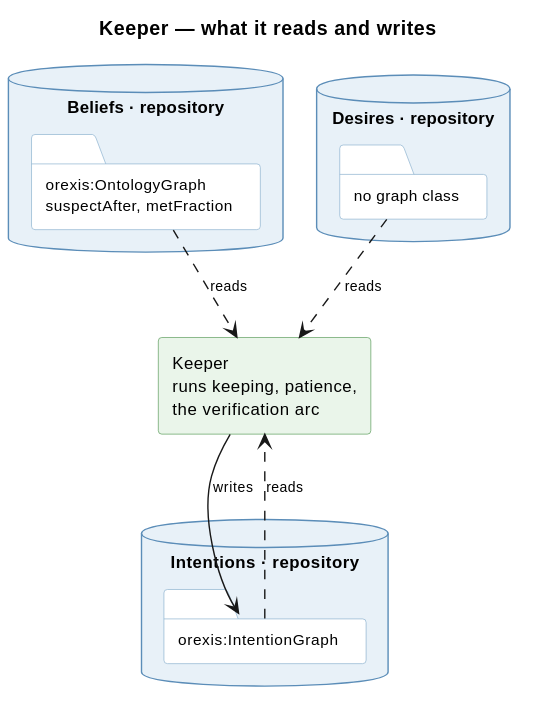
ShishkinDmitriy/orexis keeps this PlantUML diagram as knowledge/diagrams/service-keeper.svg. Above is the earlier version.
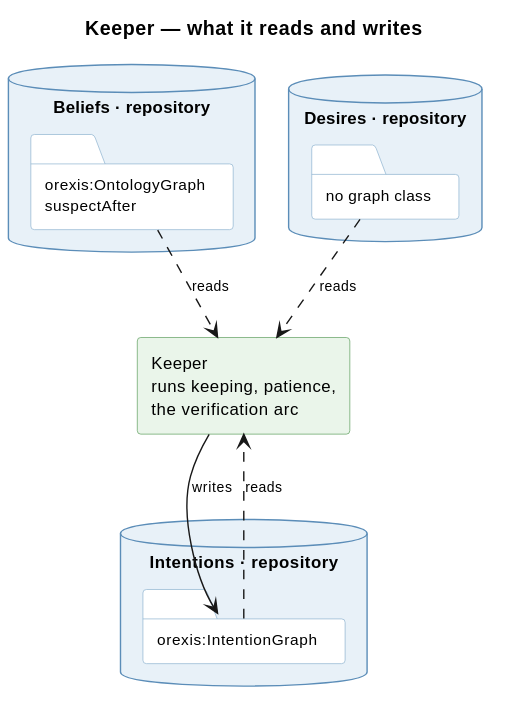
After the commit.

Diff of the diagram source:
```diff
@@ -26,7 +26,7 @@
 }
 
 database "Beliefs · repository" as BEL {
-  folder "orexis:OntologyGraph\nsuspectAfter, metFraction" as ON
+  folder "orexis:OntologyGraph\nsuspectAfter" as ON
 }
 
 database "Desires · repository" as DES {
```
